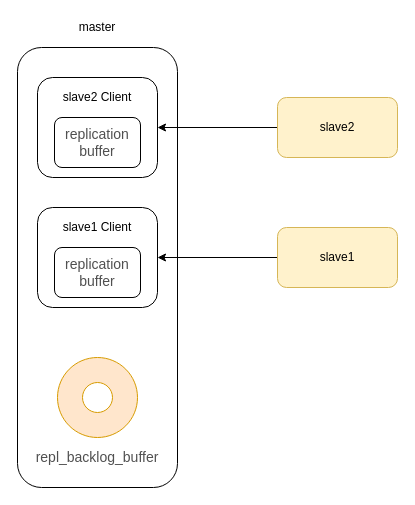
Above: redis/repl_backlog_buffer和replication buffer.drawio in erlieStar/diagrams (draw.io), before the change. Source tidied: cells renumbered, new cells numbered last; positions are measured from the earlier drawing's top-left corner, leaving out a move shared by most shapes. Both pictures are drawn from the tidied source at 100%, with x=0, y=0 at pixel (17, 17).
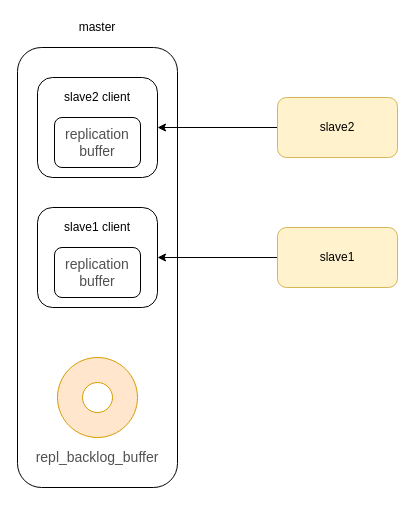
The same diagram, later.

The edit, as a diff of the source:
```diff
@@
 <mxGraphModel>
   <root>
     <mxCell id="0" />
     <mxCell id="1" parent="0" />
     <mxCell id="2" style="rounded=1;whiteSpace=wrap;html=1;" parent="1" vertex="1">
       <mxGeometry y="30" width="160" height="440" as="geometry" />
     </mxCell>
     <mxCell id="3" style="edgeStyle=orthogonalEdgeStyle;rounded=0;jettySize=auto;html=1;exitX=0;exitY=0.5;exitDx=0;exitDy=0;entryX=1;entryY=0.5;entryDx=0;entryDy=0;" parent="1" edge="1" source="4" target="8">
       <mxGeometry relative="1" as="geometry" />
     </mxCell>
     <mxCell id="4" value="slave1" style="rounded=1;whiteSpace=wrap;html=1;fillColor=#fff2cc;strokeColor=#d6b656;" parent="1" vertex="1">
       <mxGeometry x="260" y="210" width="120" height="60" as="geometry" />
     </mxCell>
     <mxCell id="5" value="master" style="text;html=1;strokeColor=none;fillColor=none;align=center;verticalAlign=middle;whiteSpace=wrap;rounded=0;" parent="1" vertex="1">
       <mxGeometry x="60" width="40" height="20" as="geometry" />
     </mxCell>
     <mxCell id="6" style="verticalLabelPosition=bottom;verticalAlign=top;html=1;shape=mxgraph.basic.donut;dx=25;fillColor=#ffe6cc;strokeColor=#d79b00;" parent="1" vertex="1">
       <mxGeometry x="40" y="340" width="80" height="80" as="geometry" />
     </mxCell>
     <mxCell id="7" value="&lt;span style=&quot;color: rgb(80 , 80 , 80) ; font-family: &amp;#34;pingfang sc&amp;#34; , &amp;#34;lantinghei sc&amp;#34; , &amp;#34;microsoft yahei&amp;#34; , &amp;#34;hiragino sans gb&amp;#34; , &amp;#34;microsoft sans serif&amp;#34; , &amp;#34;wenquanyi micro hei&amp;#34; , &amp;#34;helvetica&amp;#34; , sans-serif ; font-size: 14px ; text-align: left ; background-color: rgb(255 , 255 , 255)&quot;&gt;repl_backlog_buffer&lt;/span&gt;" style="text;html=1;strokeColor=none;fillColor=none;align=center;verticalAlign=middle;whiteSpace=wrap;rounded=0;" parent="1" vertex="1">
       <mxGeometry x="60" y="430" width="40" height="20" as="geometry" />
     </mxCell>
     <mxCell id="8" style="rounded=1;whiteSpace=wrap;html=1;" parent="1" vertex="1">
       <mxGeometry x="20" y="190" width="120" height="100" as="geometry" />
     </mxCell>
     <mxCell id="9" value="&lt;span style=&quot;color: rgb(80 , 80 , 80) ; font-family: &amp;#34;pingfang sc&amp;#34; , &amp;#34;lantinghei sc&amp;#34; , &amp;#34;microsoft yahei&amp;#34; , &amp;#34;hiragino sans gb&amp;#34; , &amp;#34;microsoft sans serif&amp;#34; , &amp;#34;wenquanyi micro hei&amp;#34; , &amp;#34;helvetica&amp;#34; , sans-serif ; font-size: 14px ; text-align: left ; background-color: rgb(255 , 255 , 255)&quot;&gt;replication buffer&lt;/span&gt;" style="rounded=1;whiteSpace=wrap;html=1;" parent="1" vertex="1">
       <mxGeometry x="37" y="230" width="86" height="50" as="geometry" />
     </mxCell>
-    <mxCell id="10" value="slave1 Client" style="text;html=1;strokeColor=none;fillColor=none;align=center;verticalAlign=middle;whiteSpace=wrap;rounded=0;" parent="1" vertex="1">
+    <mxCell id="10" value="slave1 client" style="text;html=1;strokeColor=none;fillColor=none;align=center;verticalAlign=middle;whiteSpace=wrap;rounded=0;" parent="1" vertex="1">
       <mxGeometry x="25" y="200" width="110" height="20" as="geometry" />
     </mxCell>
     <mxCell id="11" style="rounded=1;whiteSpace=wrap;html=1;" parent="1" vertex="1">
       <mxGeometry x="20" y="60" width="120" height="100" as="geometry" />
     </mxCell>
     <mxCell id="12" value="&lt;span style=&quot;color: rgb(80 , 80 , 80) ; font-family: &amp;#34;pingfang sc&amp;#34; , &amp;#34;lantinghei sc&amp;#34; , &amp;#34;microsoft yahei&amp;#34; , &amp;#34;hiragino sans gb&amp;#34; , &amp;#34;microsoft sans serif&amp;#34; , &amp;#34;wenquanyi micro hei&amp;#34; , &amp;#34;helvetica&amp;#34; , sans-serif ; font-size: 14px ; text-align: left ; background-color: rgb(255 , 255 , 255)&quot;&gt;replication buffer&lt;/span&gt;" style="rounded=1;whiteSpace=wrap;html=1;" parent="1" vertex="1">
       <mxGeometry x="37" y="100" width="86" height="50" as="geometry" />
     </mxCell>
-    <mxCell id="13" value="slave2 Client" style="text;html=1;strokeColor=none;fillColor=none;align=center;verticalAlign=middle;whiteSpace=wrap;rounded=0;" parent="1" vertex="1">
+    <mxCell id="13" value="slave2 client" style="text;html=1;strokeColor=none;fillColor=none;align=center;verticalAlign=middle;whiteSpace=wrap;rounded=0;" parent="1" vertex="1">
       <mxGeometry x="25" y="70" width="110" height="20" as="geometry" />
     </mxCell>
     <mxCell id="14" style="edgeStyle=orthogonalEdgeStyle;rounded=0;jettySize=auto;html=1;exitX=0;exitY=0.5;exitDx=0;exitDy=0;entryX=1;entryY=0.5;entryDx=0;entryDy=0;" parent="1" edge="1" source="15" target="11">
       <mxGeometry relative="1" as="geometry" />
     </mxCell>
     <mxCell id="15" value="slave2" style="rounded=1;whiteSpace=wrap;html=1;fillColor=#fff2cc;strokeColor=#d6b656;" parent="1" vertex="1">
       <mxGeometry x="260" y="80" width="120" height="60" as="geometry" />
     </mxCell>
   </root>
 </mxGraphModel>
```
